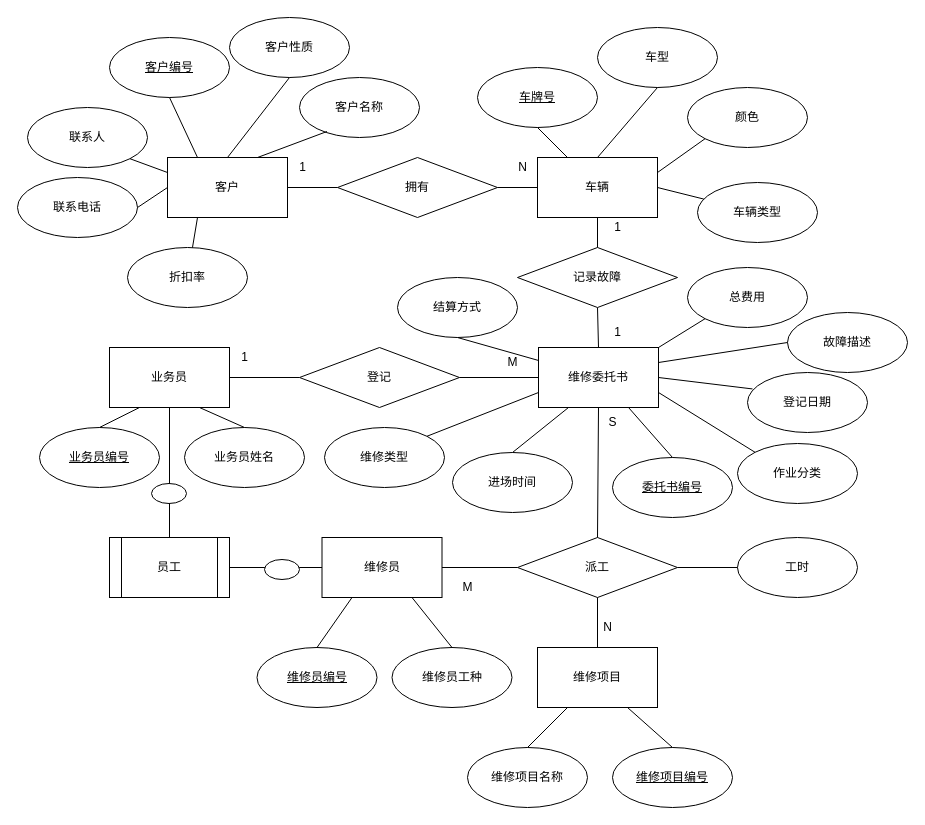
yxy235/DB keeps this draw.io diagram as 未命名绘图.drawio. Above is the earlier version. Source tidied: cells renumbered, new cells numbered last; positions are measured from the earlier drawing's top-left corner, leaving out a move shared by most shapes. Both pictures are drawn from the tidied source at 100%, with x=0, y=0 at pixel (17, 17).
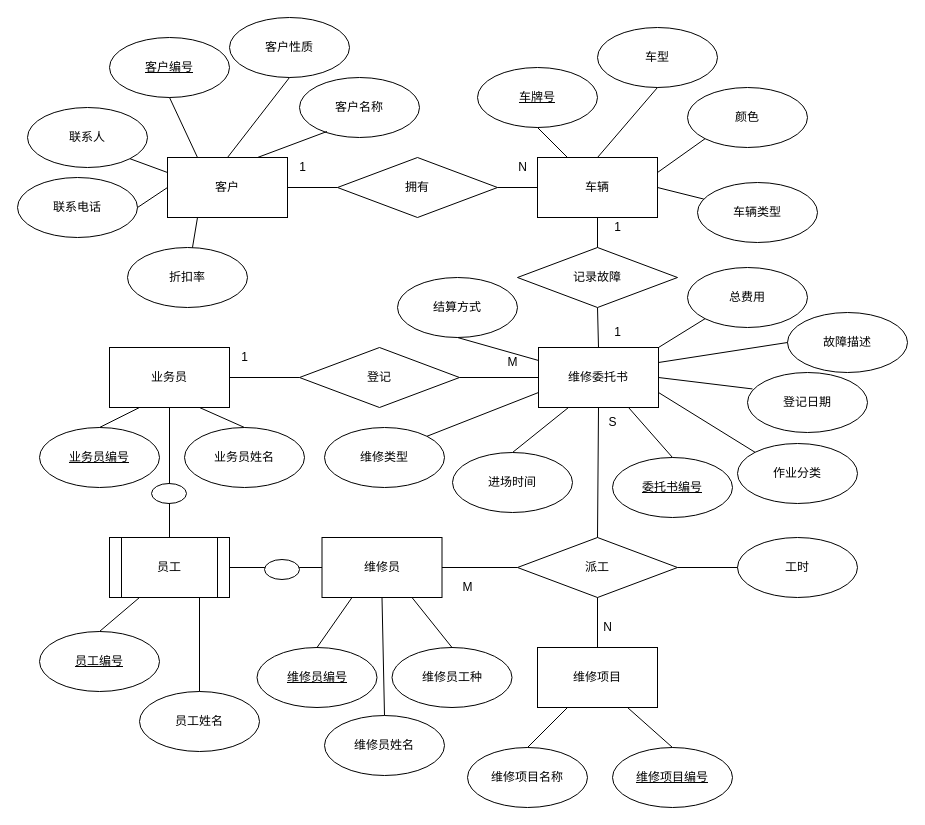
Above is the later version.

Commit message:
更新未命名绘图.drawio

The change refers to these unchanged cells:
```xml
<mxCell id="21" value="维修员" style="whiteSpace=wrap;html=1;" parent="1" vertex="1">
  <mxGeometry x="304.5" y="520" width="120" height="60" as="geometry" />
</mxCell>
<mxCell id="67" value="员工" style="shape=process;whiteSpace=wrap;html=1;backgroundOutline=1;" parent="1" vertex="1">
  <mxGeometry x="92" y="520" width="120" height="60" as="geometry" />
</mxCell>
```

Diff of the diagram source:
```diff
@@
+    <mxCell id="87" value="维修员姓名" style="ellipse;whiteSpace=wrap;html=1;" parent="1" vertex="1">
+      <mxGeometry x="307" y="698" width="120" height="60" as="geometry" />
+    </mxCell>
+    <mxCell id="88" style="endArrow=none;html=1;rounded=0;exitX=0.5;exitY=1;exitDx=0;exitDy=0;entryX=0.5;entryY=0;entryDx=0;entryDy=0;" parent="1" edge="1" source="21" target="87">
+      <mxGeometry relative="1" as="geometry" />
+    </mxCell>
+    <mxCell id="89" value="&lt;u&gt;员工编号&lt;/u&gt;" style="ellipse;whiteSpace=wrap;html=1;" parent="1" vertex="1">
+      <mxGeometry x="22" y="614" width="120" height="60" as="geometry" />
+    </mxCell>
+    <mxCell id="90" value="员工姓名" style="ellipse;whiteSpace=wrap;html=1;" parent="1" vertex="1">
+      <mxGeometry x="122" y="674" width="120" height="60" as="geometry" />
+    </mxCell>
+    <mxCell id="91" style="endArrow=none;html=1;rounded=0;exitX=0.5;exitY=0;exitDx=0;exitDy=0;entryX=0.25;entryY=1;entryDx=0;entryDy=0;" parent="1" edge="1" source="89" target="67">
+      <mxGeometry relative="1" as="geometry" />
+    </mxCell>
+    <mxCell id="92" style="endArrow=none;html=1;rounded=0;exitX=0.5;exitY=0;exitDx=0;exitDy=0;entryX=0.75;entryY=1;entryDx=0;entryDy=0;" parent="1" edge="1" source="90" target="67">
+      <mxGeometry relative="1" as="geometry" />
+    </mxCell>
```
